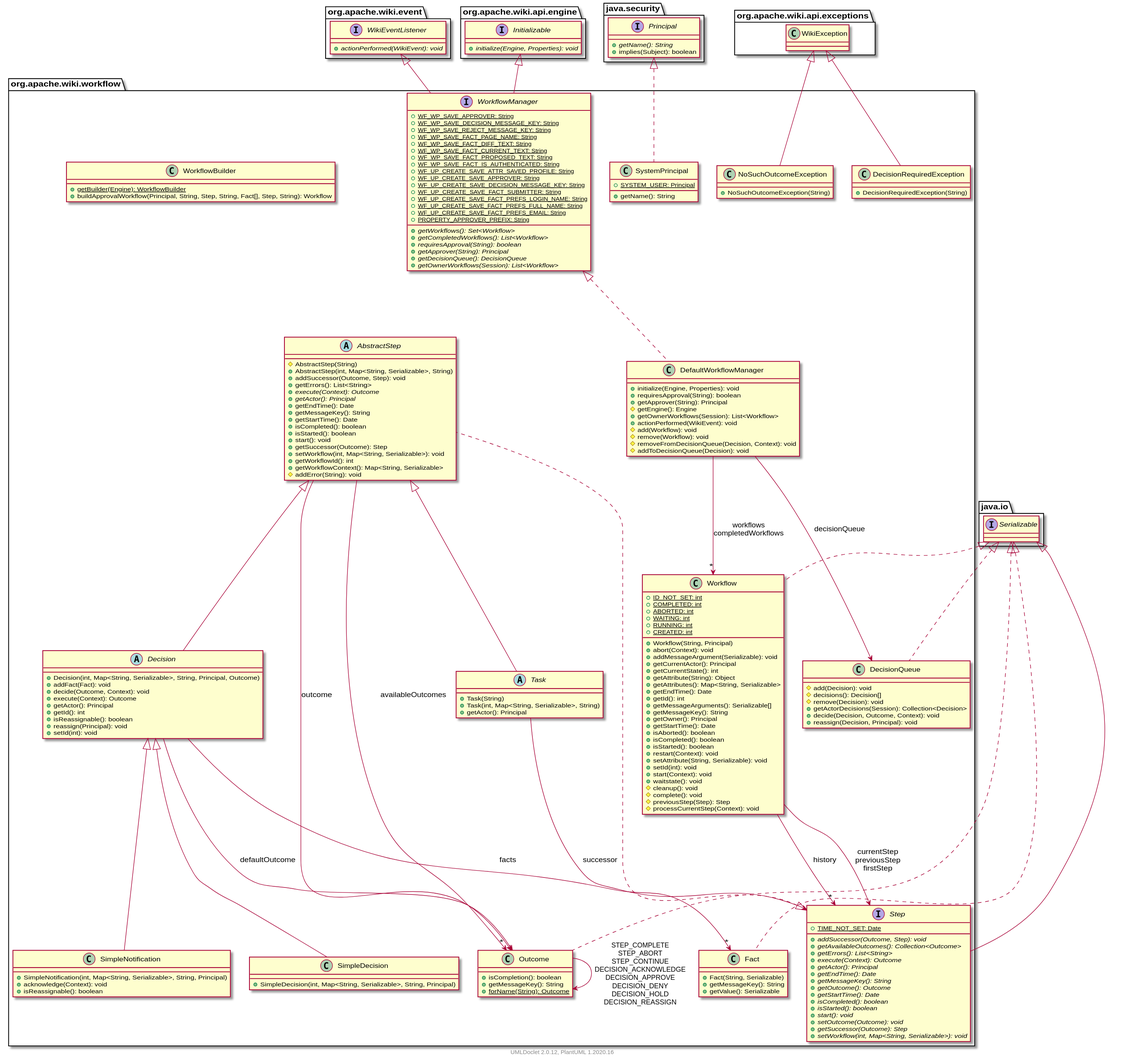
The PlantUML diagram apidocs/2.11.0-SNAPSHOT/org/apache/wiki/workflow/package.svg in apache/jspwiki-site, before a commit.
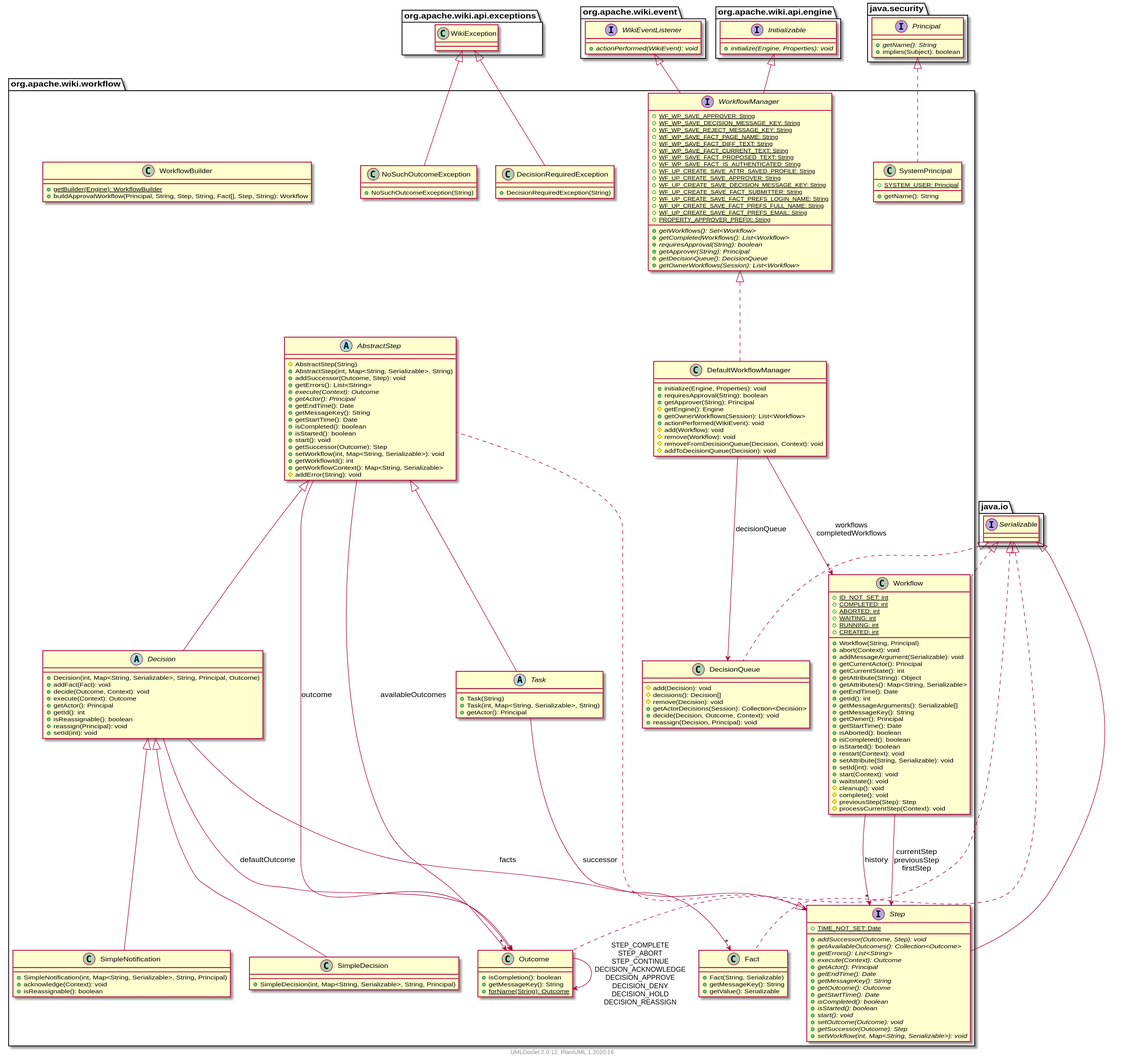
Later version of the same file.

Diff of the diagram source:
```diff
@@ -1,10 +1,18 @@
 @startuml
     namespace org.apache.wiki.workflow {
 
-        class Outcome [[Outcome.html]] {
-            +isCompletion(): boolean
-            +getMessageKey(): String
-            {static} +forName(String): Outcome
+        class SimpleDecision [[SimpleDecision.html]] {
+            +SimpleDecision(int, Map<String, Serializable>, String, Principal)
+        }
+
+        class NoSuchOutcomeException [[NoSuchOutcomeException.html]] {
+            +NoSuchOutcomeException(String)
+        }
+
+        abstract class Task [[Task.html]] {
+            +Task(String)
+            +Task(int, Map<String, Serializable>, String)
+            +getActor(): Principal
         }
 
         abstract class AbstractStep [[AbstractStep.html]] {
@@ -25,6 +33,32 @@
             +getWorkflowId(): int
             +getWorkflowContext(): Map<String, Serializable>
             #addError(String): void
+        }
+
+        class DecisionQueue [[DecisionQueue.html]] {
+            #add(Decision): void
+            #decisions(): Decision[]
+            #remove(Decision): void
+            +getActorDecisions(Session): Collection<Decision>
+            +decide(Decision, Outcome, Context): void
+            +reassign(Decision, Principal): void
+        }
+
+        class DecisionRequiredException [[DecisionRequiredException.html]] {
+            +DecisionRequiredException(String)
+        }
+
+        class DefaultWorkflowManager [[DefaultWorkflowManager.html]] {
+            +initialize(Engine, Properties): void
+            +requiresApproval(String): boolean
+            +getApprover(String): Principal
+            #getEngine(): Engine
+            +getOwnerWorkflows(Session): List<Workflow>
+            +actionPerformed(WikiEvent): void
+            #add(Workflow): void
+            #remove(Workflow): void
+            #removeFromDecisionQueue(Decision, Context): void
+            #addToDecisionQueue(Decision): void
         }
 
         class Workflow [[Workflow.html]] {
@@ -61,10 +95,10 @@
             #processCurrentStep(Context): void
         }
 
-        abstract class Task [[Task.html]] {
-            +Task(String)
-            +Task(int, Map<String, Serializable>, String)
-            +getActor(): Principal
+        class Outcome [[Outcome.html]] {
+            +isCompletion(): boolean
+            +getMessageKey(): String
+            {static} +forName(String): Outcome
         }
 
         interface Step [[Step.html]] {
@@ -84,10 +118,6 @@
             {abstract} +setOutcome(Outcome): void
             {abstract} +getSuccessor(Outcome): Step
             {abstract} +setWorkflow(int, Map<String, Serializable>): void
-        }
-
-        class SimpleDecision [[SimpleDecision.html]] {
-            +SimpleDecision(int, Map<String, Serializable>, String, Principal)
         }
 
         interface WorkflowManager [[WorkflowManager.html]] {
@@ -115,17 +145,10 @@
             {abstract} +getOwnerWorkflows(Session): List<Workflow>
         }
 
-        class DefaultWorkflowManager [[DefaultWorkflowManager.html]] {
-            +initialize(Engine, Properties): void
-            +requiresApproval(String): boolean
-            +getApprover(String): Principal
-            #getEngine(): Engine
-            +getOwnerWorkflows(Session): List<Workflow>
-            +actionPerformed(WikiEvent): void
-            #add(Workflow): void
-            #remove(Workflow): void
-            #removeFromDecisionQueue(Decision, Context): void
-            #addToDecisionQueue(Decision): void
+        class SimpleNotification [[SimpleNotification.html]] {
+            +SimpleNotification(int, Map<String, Serializable>, String, Principal)
+            +acknowledge(Context): void
+            +isReassignable(): boolean
         }
 
         class SystemPrincipal [[SystemPrincipal.html]] {
@@ -133,13 +156,10 @@
             +getName(): String
         }
 
-        class DecisionQueue [[DecisionQueue.html]] {
-            #add(Decision): void
-            #decisions(): Decision[]
-            #remove(Decision): void
-            +getActorDecisions(Session): Collection<Decision>
-            +decide(Decision, Outcome, Context): void
-            +reassign(Decision, Principal): void
+        class Fact [[Fact.html]] {
+            +Fact(String, Serializable)
+            +getMessageKey(): String
+            +getValue(): Serializable
         }
 
         abstract class Decision [[Decision.html]] {
@@ -154,57 +174,42 @@
             +setId(int): void
         }
 
-        class NoSuchOutcomeException [[NoSuchOutcomeException.html]] {
-            +NoSuchOutcomeException(String)
-        }
-
-        class DecisionRequiredException [[DecisionRequiredException.html]] {
-            +DecisionRequiredException(String)
-        }
-
         class WorkflowBuilder [[WorkflowBuilder.html]] {
             {static} +getBuilder(Engine): WorkflowBuilder
             +buildApprovalWorkflow(Principal, String, Step, String, Fact[], Step, String): Workflow
         }
 
-        class SimpleNotification [[SimpleNotification.html]] {
-            +SimpleNotification(int, Map<String, Serializable>, String, Principal)
-            +acknowledge(Context): void
-            +isReassignable(): boolean
-        }
-
-        class Fact [[Fact.html]] {
-            +Fact(String, Serializable)
-            +getMessageKey(): String
-            +getValue(): Serializable
-        }
-
-        java.io.Serializable <|.. Outcome
-        Outcome --> Outcome: STEP_COMPLETE\nSTEP_ABORT\nSTEP_CONTINUE\nDECISION_ACKNOWLEDGE\nDECISION_APPROVE\nDECISION_DENY\nDECISION_HOLD\nDECISION_REASSIGN
+        Decision <|-- SimpleDecision
+        org.apache.wiki.api.exceptions.WikiException <|-- NoSuchOutcomeException
+        AbstractStep <|-- Task
+        Task --> Step: successor
         Step <|.. AbstractStep
         AbstractStep --> "*" Outcome: availableOutcomes
         AbstractStep --> Outcome: outcome
+        java.io.Serializable <|.. DecisionQueue
+        org.apache.wiki.api.exceptions.WikiException <|-- DecisionRequiredException
+        WorkflowManager <|.. DefaultWorkflowManager
+        DefaultWorkflowManager --> "*" Workflow: workflows\ncompletedWorkflows
+        DefaultWorkflowManager --> DecisionQueue: decisionQueue
         java.io.Serializable <|.. Workflow
         Workflow --> "*" Step: history
         Workflow --> Step: currentStep\npreviousStep\nfirstStep
-        AbstractStep <|-- Task
-        Task --> Step: successor
+        java.io.Serializable <|.. Outcome
+        Outcome --> Outcome: STEP_COMPLETE\nSTEP_ABORT\nSTEP_CONTINUE\nDECISION_ACKNOWLEDGE\nDECISION_APPROVE\nDECISION_DENY\nDECISION_HOLD\nDECISION_REASSIGN
         java.io.Serializable <|-- Step
-        Decision <|-- SimpleDecision
         org.apache.wiki.event.WikiEventListener <|-- WorkflowManager
         org.apache.wiki.api.engine.Initializable <|-- WorkflowManager
-        WorkflowManager <|.. DefaultWorkflowManager
-        DefaultWorkflowManager --> "*" Workflow: workflows\ncompletedWorkflows
-        DefaultWorkflowManager --> DecisionQueue: decisionQueue
+        Decision <|-- SimpleNotification
         java.security.Principal <|.. SystemPrincipal
-        java.io.Serializable <|.. DecisionQueue
+        java.io.Serializable <|.. Fact
         AbstractStep <|-- Decision
         Decision --> Outcome: defaultOutcome
         Decision --> "*" Fact: facts
-        org.apache.wiki.api.exceptions.WikiException <|-- NoSuchOutcomeException
-        org.apache.wiki.api.exceptions.WikiException <|-- DecisionRequiredException
-        Decision <|-- SimpleNotification
-        java.io.Serializable <|.. Fact
+    }
+
+    namespace org.apache.wiki.api.exceptions {
+        class WikiException [[../api/exceptions/WikiException.html]] {
+        }
     }
 
     namespace java.io {
@@ -230,10 +235,5 @@
         }
     }
 
-    namespace org.apache.wiki.api.exceptions {
-        class WikiException [[../api/exceptions/WikiException.html]] {
-        }
-    }
-
     center footer UMLDoclet 2.0.12, PlantUML 1.2020.16
 @enduml
```
